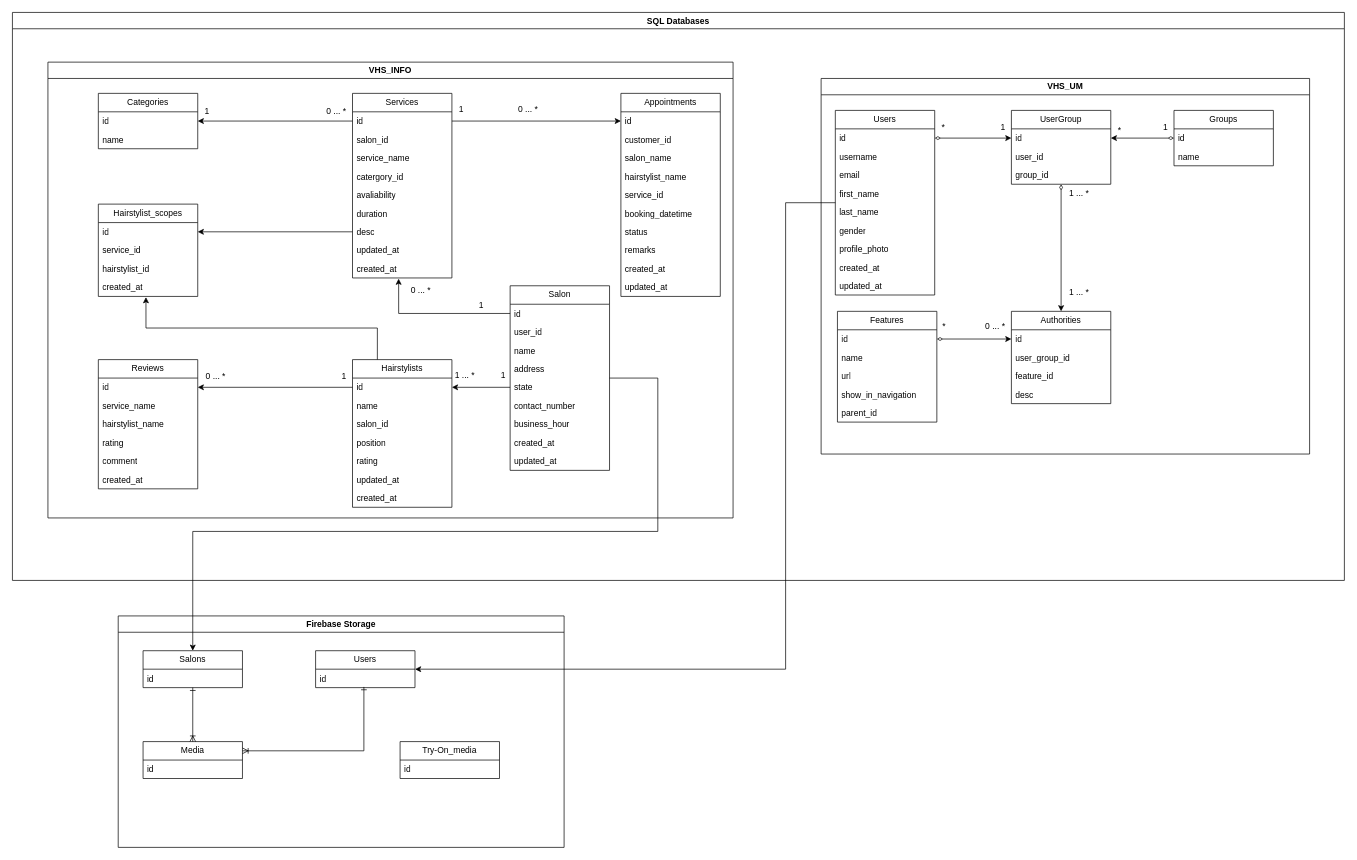
Wen-MY/virtual-hair-studio keeps this draw.io diagram as database-schema/database_schema_diagram.drawio. Above is the earlier version. Source tidied: cells renumbered, new cells numbered last; positions are measured from the earlier drawing's top-left corner, leaving out a move shared by most shapes. Both pictures are drawn from the tidied source at 71%, with x=0, y=0 at pixel (12, 12).
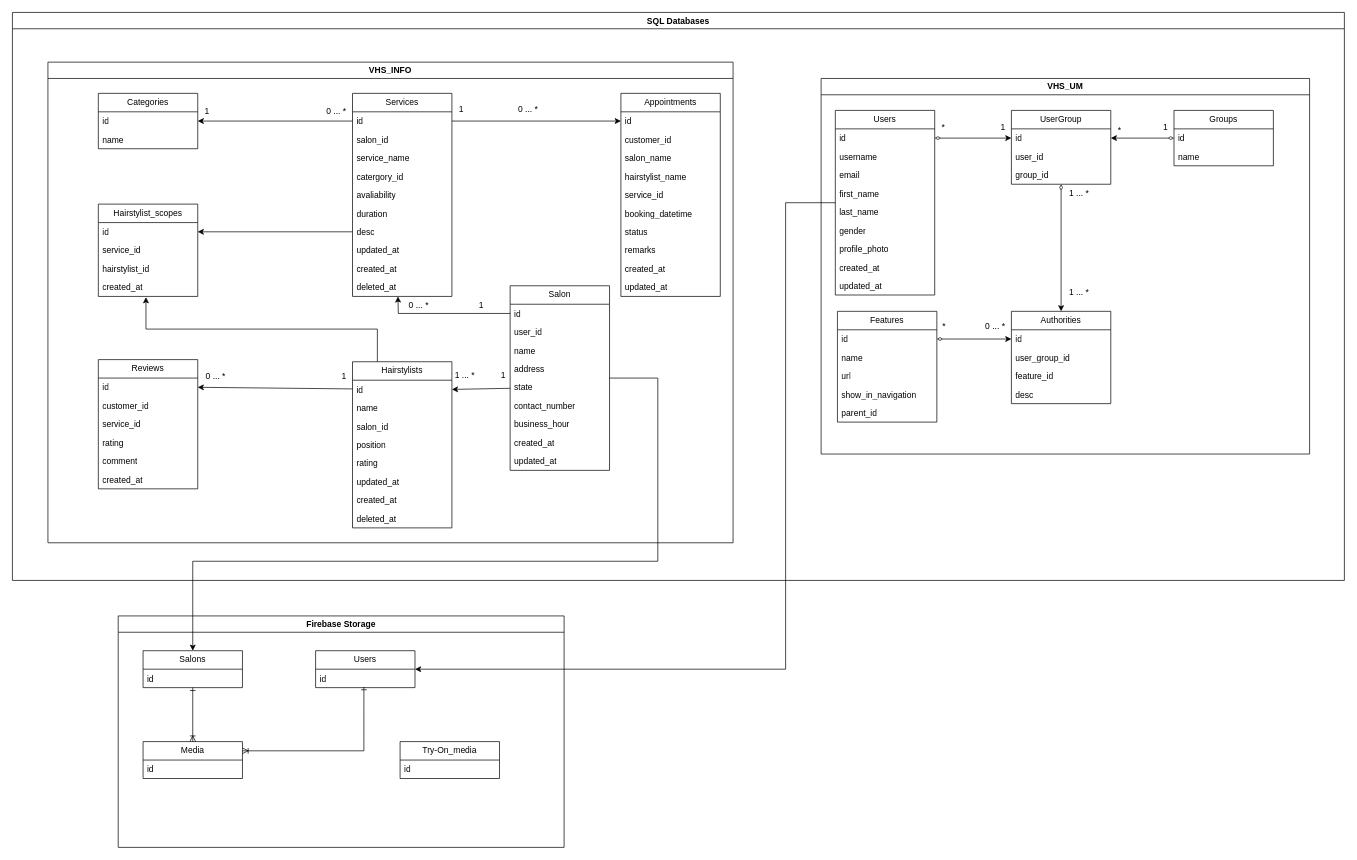
Above is the later version.

Commit message (it also covers changes not shown here):
update db schema and seedling , update salon exploration page , connect with backend api

Unchanged cells that the change refers to:
```xml
<mxCell id="2" value="SQL Databases" style="swimlane;" parent="1" vertex="1">
  <mxGeometry width="1876" height="800" as="geometry" />
</mxCell>
<mxCell id="65" value="created_at" style="text;strokeColor=none;fillColor=none;align=left;verticalAlign=top;spacingLeft=4;spacingRight=4;overflow=hidden;points=[[0,0.5],[1,0.5]];portConstraint=eastwest;whiteSpace=wrap;html=1;" parent="56" vertex="1">
  <mxGeometry y="234" width="140" height="26" as="geometry" />
</mxCell>
<mxCell id="69" value="Reviews" style="swimlane;fontStyle=0;horizontal=1;startSize=26;fillColor=none;whiteSpace=wrap;html=1;" parent="44" vertex="1">
  <mxGeometry x="71" y="419" width="140" height="182" as="geometry" />
</mxCell>
<mxCell id="77" value="Salon" style="swimlane;fontStyle=0;horizontal=1;startSize=26;fillColor=none;whiteSpace=wrap;html=1;" parent="44" vertex="1">
  <mxGeometry x="651" y="315" width="140" height="260" as="geometry" />
</mxCell>
<mxCell id="78" value="id" style="text;strokeColor=none;fillColor=none;align=left;verticalAlign=top;spacingLeft=4;spacingRight=4;overflow=hidden;points=[[0,0.5],[1,0.5]];portConstraint=eastwest;whiteSpace=wrap;html=1;" parent="77" vertex="1">
  <mxGeometry y="26" width="140" height="26" as="geometry" />
</mxCell>
<mxCell id="117" value="Salons" style="swimlane;fontStyle=0;horizontal=1;startSize=26;fillColor=none;whiteSpace=wrap;html=1;" parent="116" vertex="1">
  <mxGeometry x="35" y="49" width="140" height="52" as="geometry" />
</mxCell>
```

The edit, as a diff of the source:
```diff
@@
     <mxCell id="44" value="VHS_INFO" style="swimlane;whiteSpace=wrap;html=1;" parent="2" vertex="1">
-      <mxGeometry x="50" y="70" width="965" height="642" as="geometry" />
+      <mxGeometry x="50" y="70" width="965" height="677" as="geometry" />
     </mxCell>
@@
     <mxCell id="56" value="Services" style="swimlane;fontStyle=0;horizontal=1;startSize=26;fillColor=none;whiteSpace=wrap;html=1;" parent="44" vertex="1">
-      <mxGeometry x="429" y="44" width="140" height="260" as="geometry" />
+      <mxGeometry x="429" y="44" width="140" height="286" as="geometry" />
     </mxCell>
@@
+    <mxCell id="129" value="deleted_at" style="text;strokeColor=none;fillColor=none;align=left;verticalAlign=top;spacingLeft=4;spacingRight=4;overflow=hidden;whiteSpace=wrap;html=1;" parent="56" vertex="1">
+      <mxGeometry y="260" width="140" height="26" as="geometry" />
+    </mxCell>
@@
+    <mxCell id="130" value="customer_id" style="text;strokeColor=none;fillColor=none;align=left;verticalAlign=top;spacingLeft=4;spacingRight=4;overflow=hidden;whiteSpace=wrap;html=1;" parent="69" vertex="1">
+      <mxGeometry y="52" width="140" height="26" as="geometry" />
+    </mxCell>
-    <mxCell id="71" value="service_name" style="text;strokeColor=none;fillColor=none;align=left;verticalAlign=top;spacingLeft=4;spacingRight=4;overflow=hidden;whiteSpace=wrap;html=1;" parent="69" vertex="1">
-      <mxGeometry y="52" width="140" height="26" as="geometry" />
+    <mxCell id="71" value="service_id" style="text;strokeColor=none;fillColor=none;align=left;verticalAlign=top;spacingLeft=4;spacingRight=4;overflow=hidden;whiteSpace=wrap;html=1;" parent="69" vertex="1">
+      <mxGeometry y="78" width="140" height="26" as="geometry" />
     </mxCell>
-    <mxCell id="72" value="hairstylist_name" style="text;strokeColor=none;fillColor=none;align=left;verticalAlign=top;spacingLeft=4;spacingRight=4;overflow=hidden;whiteSpace=wrap;html=1;" parent="69" vertex="1">
-      <mxGeometry y="78" width="140" height="26" as="geometry" />
-    </mxCell>
@@
     <mxCell id="88" value="0 ... *" style="text;html=1;align=center;verticalAlign=middle;strokeColor=none;fillColor=none;" parent="44" vertex="1">
-      <mxGeometry x="502" y="308" width="46" height="26" as="geometry" />
+      <mxGeometry x="499" y="330" width="46" height="26" as="geometry" />
     </mxCell>
@@
     <mxCell id="96" value="Hairstylists" style="swimlane;fontStyle=0;horizontal=1;startSize=26;fillColor=none;whiteSpace=wrap;html=1;" parent="44" vertex="1">
-      <mxGeometry x="429" y="419" width="140" height="208" as="geometry" />
+      <mxGeometry x="429" y="422" width="140" height="234" as="geometry" />
     </mxCell>
@@
+    <mxCell id="131" value="deleted_at" style="text;strokeColor=none;fillColor=none;align=left;verticalAlign=top;spacingLeft=4;spacingRight=4;overflow=hidden;whiteSpace=wrap;html=1;" parent="96" vertex="1">
+      <mxGeometry y="208" width="140" height="26" as="geometry" />
+    </mxCell>
@@
-    <mxCell id="108" style="edgeStyle=orthogonalEdgeStyle;rounded=0;jettySize=auto;html=1;entryX=0.464;entryY=1.038;entryDx=0;entryDy=0;entryPerimeter=0;startArrow=none;startFill=0;endArrow=classic;endFill=1;" parent="44" edge="1" source="78" target="65">
-      <mxGeometry relative="1" as="geometry" />
+    <mxCell id="108" style="edgeStyle=orthogonalEdgeStyle;rounded=0;jettySize=auto;html=1;startArrow=none;startFill=0;endArrow=classic;endFill=1;" parent="44" edge="1" source="78">
+      <mxGeometry relative="1" as="geometry">
+        <mxPoint x="493" y="330" as="targetPoint" />
+      </mxGeometry>
     </mxCell>
@@
     <mxCell id="127" style="edgeStyle=orthogonalEdgeStyle;rounded=0;jettySize=auto;html=1;entryX=0.5;entryY=0;entryDx=0;entryDy=0;startArrow=none;startFill=0;endArrow=classic;endFill=1;" parent="1" edge="1" source="77" target="117">
       <mxGeometry relative="1" as="geometry">
         <Array as="points">
-          <mxPoint x="909" y="731" />
-          <mxPoint x="254" y="731" />
+          <mxPoint x="909" y="515" />
+          <mxPoint x="909" y="773" />
+          <mxPoint x="254" y="773" />
         </Array>
       </mxGeometry>
     </mxCell>
```
